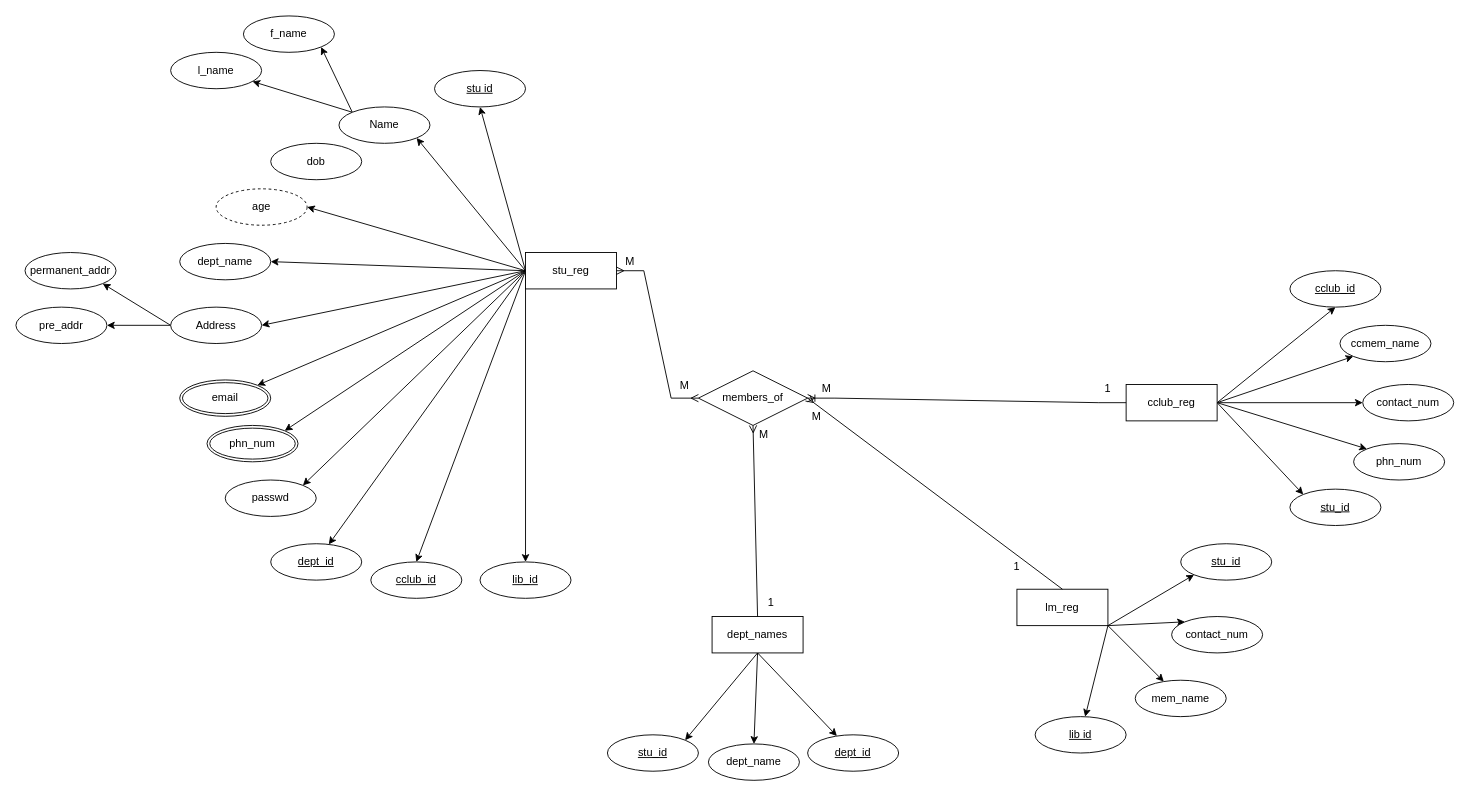
Earlier version of the draw.io diagram ER-diagram.drawio (shaid-devops/ums). Source tidied: cells renumbered, new cells numbered last; positions are measured from the earlier drawing's top-left corner, leaving out a move shared by most shapes. Both pictures are drawn from the tidied source at 91%, with x=0, y=0 at pixel (15, 15).
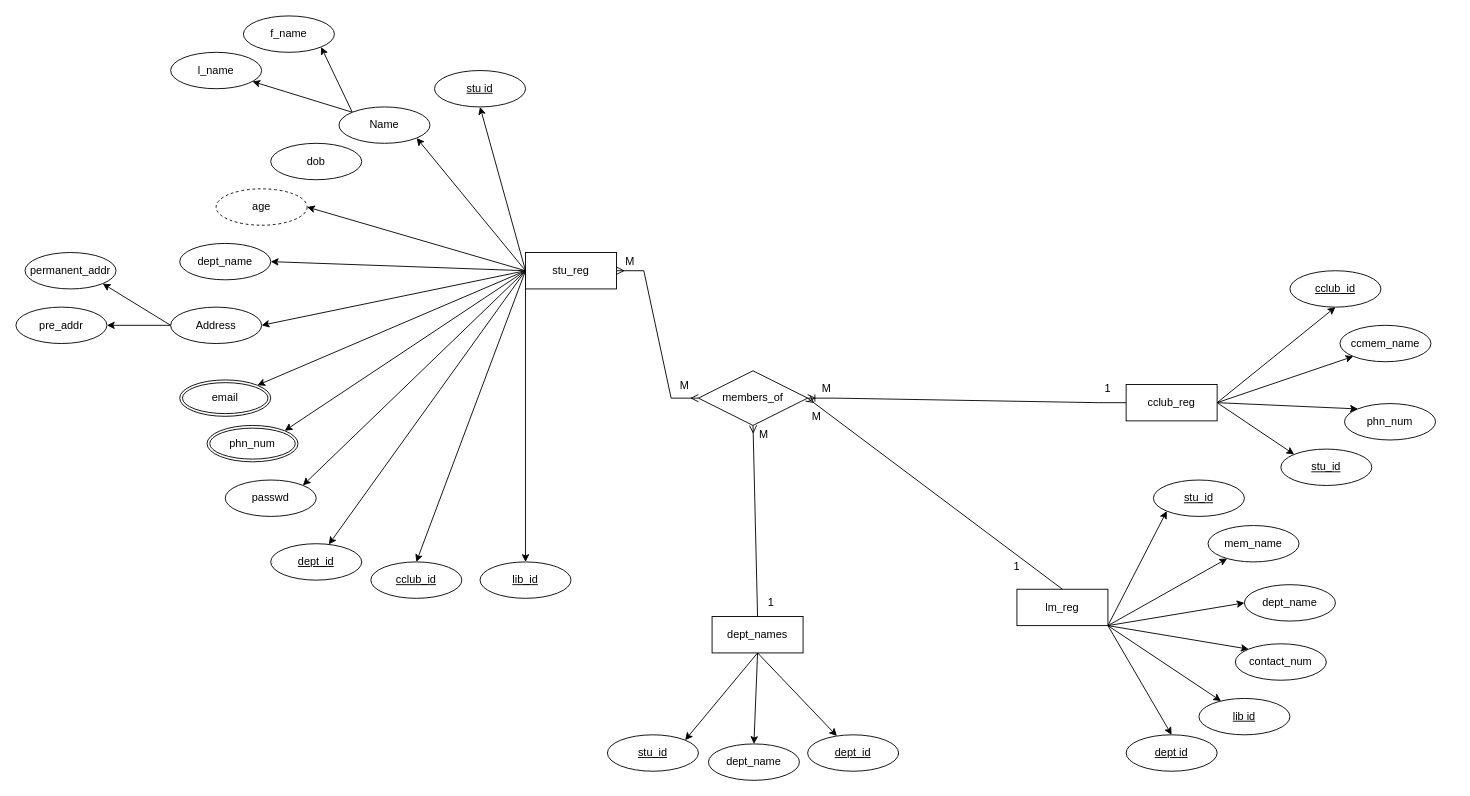
Above is the later version.

The change refers to these unchanged cells:
```xml
<mxCell id="33" value="lm_reg" style="whiteSpace=wrap;html=1;align=center;" parent="1" vertex="1">
  <mxGeometry x="1100" y="630" width="100" height="40" as="geometry" />
</mxCell>
<mxCell id="63" value="cclub_reg" style="whiteSpace=wrap;html=1;align=center;" parent="1" vertex="1">
  <mxGeometry x="1220" y="405" width="100" height="40" as="geometry" />
</mxCell>
```

Diff of the diagram source:
```diff
@@
+    <mxCell id="74" style="rounded=0;jettySize=auto;html=1;exitX=1;exitY=1;exitDx=0;exitDy=0;entryX=0;entryY=0.5;entryDx=0;entryDy=0;" parent="1" edge="1" source="33" target="76">
+      <mxGeometry relative="1" as="geometry" />
+    </mxCell>
+    <mxCell id="75" style="rounded=0;jettySize=auto;html=1;exitX=1;exitY=1;exitDx=0;exitDy=0;entryX=0.5;entryY=0;entryDx=0;entryDy=0;" parent="1" edge="1" source="33" target="77">
+      <mxGeometry relative="1" as="geometry" />
+    </mxCell>
@@
     <mxCell id="34" value="lib id" style="ellipse;whiteSpace=wrap;html=1;align=center;fontStyle=4;" parent="1" vertex="1">
-      <mxGeometry x="1120" y="770" width="100" height="40" as="geometry" />
+      <mxGeometry x="1300" y="750" width="100" height="40" as="geometry" />
     </mxCell>
@@
     <mxCell id="47" value="mem_name" style="ellipse;whiteSpace=wrap;html=1;align=center;" parent="1" vertex="1">
-      <mxGeometry x="1230" y="730" width="100" height="40" as="geometry" />
+      <mxGeometry x="1310" y="560" width="100" height="40" as="geometry" />
     </mxCell>
     <mxCell id="48" value="contact_num" style="ellipse;whiteSpace=wrap;html=1;align=center;" parent="1" vertex="1">
-      <mxGeometry x="1270" y="660" width="100" height="40" as="geometry" />
+      <mxGeometry x="1340" y="690" width="100" height="40" as="geometry" />
     </mxCell>
     <mxCell id="49" value="stu_id" style="ellipse;whiteSpace=wrap;html=1;align=center;fontStyle=4;" parent="1" vertex="1">
-      <mxGeometry x="1280" y="580" width="100" height="40" as="geometry" />
+      <mxGeometry x="1250" y="510" width="100" height="40" as="geometry" />
     </mxCell>
@@
-    <mxCell id="60" style="rounded=0;jettySize=auto;html=1;exitX=1;exitY=0.5;exitDx=0;exitDy=0;entryX=0;entryY=0.5;entryDx=0;entryDy=0;" parent="1" edge="1" source="63" target="65">
-      <mxGeometry relative="1" as="geometry" />
-    </mxCell>
@@
     <mxCell id="64" value="phn_num" style="ellipse;whiteSpace=wrap;html=1;align=center;" parent="1" vertex="1">
-      <mxGeometry x="1470" y="470" width="100" height="40" as="geometry" />
+      <mxGeometry x="1460" y="426" width="100" height="40" as="geometry" />
     </mxCell>
-    <mxCell id="65" value="contact_num" style="ellipse;whiteSpace=wrap;html=1;align=center;" parent="1" vertex="1">
-      <mxGeometry x="1480" y="405" width="100" height="40" as="geometry" />
-    </mxCell>
@@
     <mxCell id="72" value="stu_id" style="ellipse;whiteSpace=wrap;html=1;align=center;fontStyle=4;" parent="1" vertex="1">
-      <mxGeometry x="1400" y="520" width="100" height="40" as="geometry" />
+      <mxGeometry x="1390" y="476" width="100" height="40" as="geometry" />
     </mxCell>
@@
+    <mxCell id="76" value="dept_name" style="ellipse;whiteSpace=wrap;html=1;align=center;" parent="1" vertex="1">
+      <mxGeometry x="1350" y="625" width="100" height="40" as="geometry" />
+    </mxCell>
+    <mxCell id="77" value="dept id" style="ellipse;whiteSpace=wrap;html=1;align=center;fontStyle=4;" parent="1" vertex="1">
+      <mxGeometry x="1220" y="790" width="100" height="40" as="geometry" />
+    </mxCell>
```
